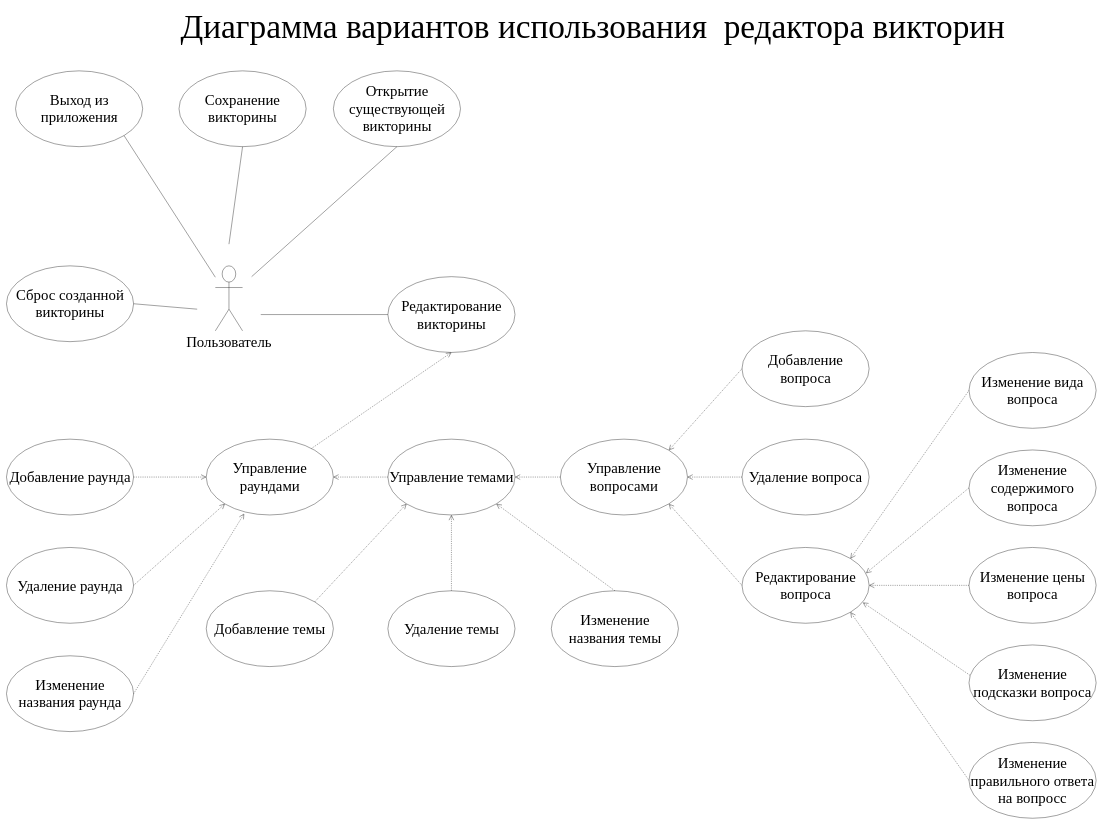
Romich-Moroz/Jeopardy keeps this draw.io diagram as Docs/attachments/Schemas/use_case_model_test.drawio. Above is the earlier version. Source tidied: cells renumbered, new cells numbered last; positions are measured from the earlier drawing's top-left corner, leaving out a move shared by most shapes. Both pictures are drawn from the tidied source at 37%, with x=0, y=0 at pixel (6, 23).
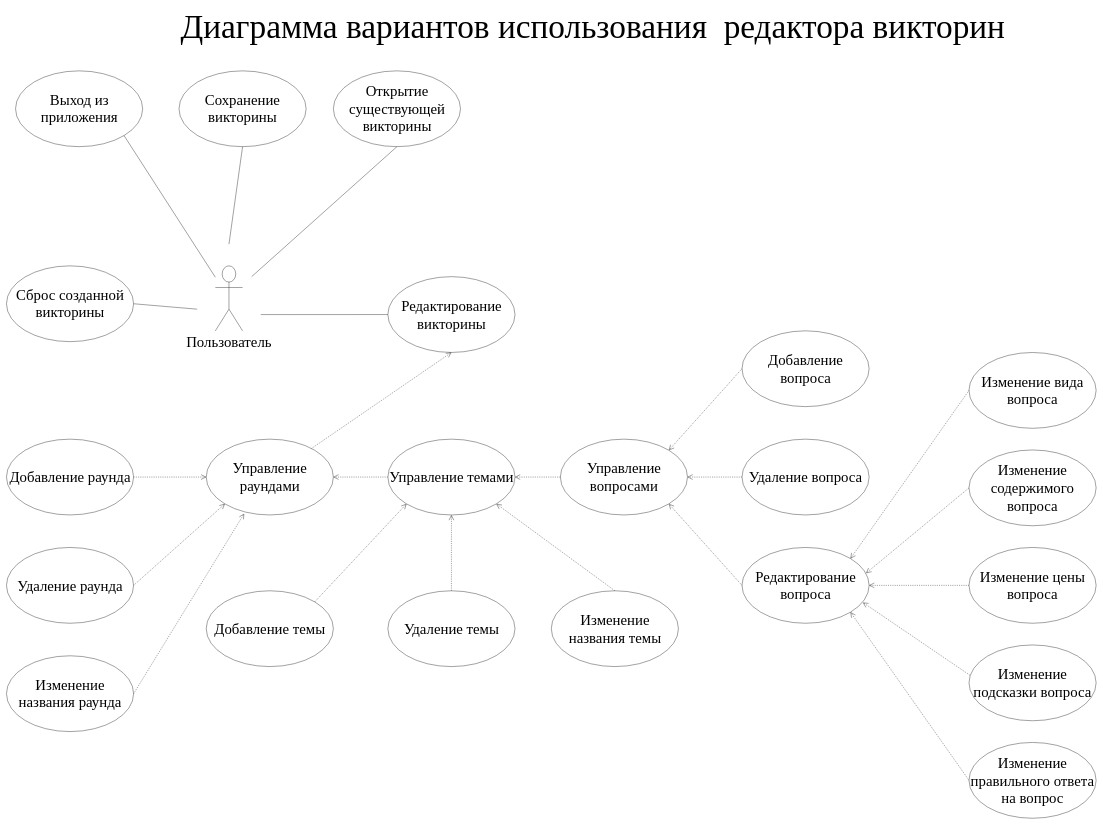
The same page after the edit.

Commit message (it also covers changes not shown here):
use case qf

The change refers to these unchanged cells:
```xml
<mxCell id="2" style="group;" parent="1" vertex="1">
  <mxGeometry width="2945" height="2150" as="geometry" />
</mxCell>
```

The edit, as a diff of the source:
```diff
@@
-    <mxCell id="43" value="Изменение правильного ответа на вопросс" style="ellipse;whiteSpace=wrap;html=1;strokeWidth=1;fontFamily=Times New Roman;fontSize=40;" parent="2" vertex="1">
+    <mxCell id="43" value="Изменение правильного ответа на вопрос" style="ellipse;whiteSpace=wrap;html=1;strokeWidth=1;fontFamily=Times New Roman;fontSize=40;" parent="2" vertex="1">
       <mxGeometry x="2601.4" y="1945.1" width="343.6" height="204.9" as="geometry" />
     </mxCell>
```
